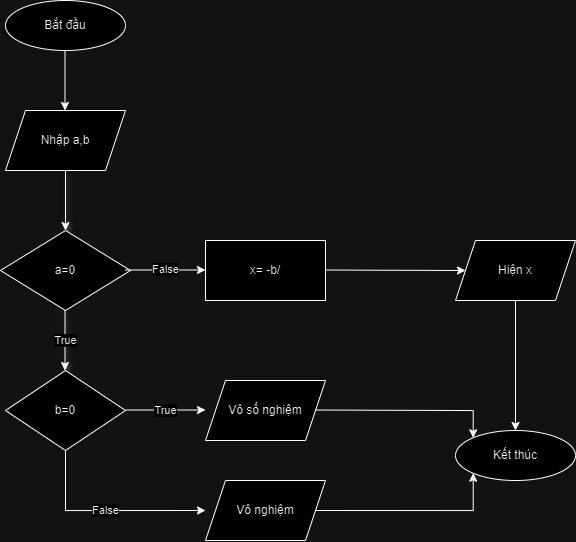
hoanganholop/VuNguyenHoangAnh_HN_C_Session1 keeps this draw.io diagram as Session1_06.drawio.png. Above is the earlier version. Source tidied: cells renumbered, new cells last; positions are measured from the earlier drawing's top-left corner, leaving out a move shared by most shapes. Source of this version:
```xml
<mxGraphModel>
  <root>
    <mxCell id="0" />
    <mxCell id="1" parent="0" />
    <mxCell id="2" value="Bắt đầu" style="ellipse;whiteSpace=wrap;html=1;fontFamily=Helvetica;" parent="1" vertex="1">
      <mxGeometry x="5" width="120" height="50" as="geometry" />
    </mxCell>
    <mxCell id="3" value="Nhập a,b" style="shape=parallelogram;perimeter=parallelogramPerimeter;whiteSpace=wrap;html=1;fixedSize=1;fontFamily=Helvetica;" parent="1" vertex="1">
      <mxGeometry x="5" y="110" width="120" height="60" as="geometry" />
    </mxCell>
    <mxCell id="4" style="endArrow=classic;html=1;rounded=0;" parent="1" edge="1">
      <mxGeometry relative="1" as="geometry">
        <mxPoint x="64.5" y="50" as="sourcePoint" />
        <mxPoint x="64.5" y="110" as="targetPoint" />
      </mxGeometry>
    </mxCell>
    <mxCell id="5" style="endArrow=classic;html=1;rounded=0;shadow=1;" parent="1" edge="1">
      <mxGeometry relative="1" as="geometry">
        <mxPoint x="65" y="170" as="sourcePoint" />
        <mxPoint x="65" y="230" as="targetPoint" />
      </mxGeometry>
    </mxCell>
    <mxCell id="6" value="a=0" style="rhombus;whiteSpace=wrap;html=1;" parent="1" vertex="1">
      <mxGeometry y="230" width="130" height="80" as="geometry" />
    </mxCell>
    <mxCell id="7" value="False" style="endArrow=classic;html=1;rounded=0;" parent="1" edge="1">
      <mxGeometry relative="1" as="geometry">
        <mxPoint x="125" y="269.5" as="sourcePoint" />
        <mxPoint x="205" y="269.5" as="targetPoint" />
      </mxGeometry>
    </mxCell>
    <mxCell id="8" value="True" style="endArrow=classic;html=1;rounded=0;shadow=1;" parent="1" edge="1">
      <mxGeometry relative="1" as="geometry">
        <mxPoint x="64.5" y="310" as="sourcePoint" />
        <mxPoint x="64.5" y="370" as="targetPoint" />
      </mxGeometry>
    </mxCell>
    <mxCell id="9" value="x= -b/" style="rounded=0;whiteSpace=wrap;html=1;" parent="1" vertex="1">
      <mxGeometry x="205" y="240" width="120" height="60" as="geometry" />
    </mxCell>
    <mxCell id="10" style="edgeStyle=orthogonalEdgeStyle;rounded=0;jettySize=auto;html=1;exitX=1;exitY=0.5;exitDx=0;exitDy=0;entryX=0;entryY=1;entryDx=0;entryDy=0;" parent="1" edge="1" source="11" target="20">
      <mxGeometry relative="1" as="geometry">
        <Array as="points">
          <mxPoint x="473" y="510" />
        </Array>
      </mxGeometry>
    </mxCell>
    <mxCell id="11" value="Vô nghiệm" style="shape=parallelogram;perimeter=parallelogramPerimeter;whiteSpace=wrap;html=1;fixedSize=1;" parent="1" vertex="1">
      <mxGeometry x="205" y="480" width="120" height="60" as="geometry" />
    </mxCell>
    <mxCell id="12" value="False" style="edgeStyle=orthogonalEdgeStyle;rounded=0;jettySize=auto;html=1;exitX=0.5;exitY=1;exitDx=0;exitDy=0;" parent="1" edge="1" source="13">
      <mxGeometry relative="1" as="geometry">
        <mxPoint x="205" y="510" as="targetPoint" />
        <Array as="points">
          <mxPoint x="65" y="510" />
        </Array>
      </mxGeometry>
    </mxCell>
    <mxCell id="13" value="b=0" style="rhombus;whiteSpace=wrap;html=1;" parent="1" vertex="1">
      <mxGeometry x="5" y="370" width="120" height="80" as="geometry" />
    </mxCell>
    <mxCell id="14" value="True" style="endArrow=classic;html=1;rounded=0;" parent="1" edge="1">
      <mxGeometry relative="1" as="geometry">
        <mxPoint x="125" y="409.5" as="sourcePoint" />
        <mxPoint x="205" y="409.5" as="targetPoint" />
      </mxGeometry>
    </mxCell>
    <mxCell id="15" value="Vô số nghiệm" style="shape=parallelogram;perimeter=parallelogramPerimeter;whiteSpace=wrap;html=1;fixedSize=1;" parent="1" vertex="1">
      <mxGeometry x="205" y="380" width="120" height="60" as="geometry" />
    </mxCell>
    <mxCell id="16" style="edgeStyle=none;jettySize=auto;html=1;rounded=0;entryX=0;entryY=0.5;entryDx=0;entryDy=0;" parent="1" edge="1" target="18">
      <mxGeometry relative="1" as="geometry">
        <mxPoint x="325" y="269.5" as="sourcePoint" />
      </mxGeometry>
    </mxCell>
    <mxCell id="17" style="edgeStyle=orthogonalEdgeStyle;rounded=0;jettySize=auto;html=1;exitX=0.5;exitY=1;exitDx=0;exitDy=0;entryX=0.5;entryY=0;entryDx=0;entryDy=0;" parent="1" edge="1" source="18" target="20">
      <mxGeometry relative="1" as="geometry" />
    </mxCell>
    <mxCell id="18" value="Hiện x" style="shape=parallelogram;perimeter=parallelogramPerimeter;whiteSpace=wrap;html=1;fixedSize=1;" parent="1" vertex="1">
      <mxGeometry x="455" y="240" width="120" height="60" as="geometry" />
    </mxCell>
    <mxCell id="19" style="edgeStyle=orthogonalEdgeStyle;rounded=0;jettySize=auto;html=1;exitX=1;exitY=0.5;exitDx=0;exitDy=0;entryX=0;entryY=0;entryDx=0;entryDy=0;" parent="1" edge="1" target="20">
      <mxGeometry relative="1" as="geometry">
        <mxPoint x="315" y="409.5" as="sourcePoint" />
      </mxGeometry>
    </mxCell>
    <mxCell id="20" value="Kết thúc" style="ellipse;whiteSpace=wrap;html=1;fontFamily=Helvetica;" parent="1" vertex="1">
      <mxGeometry x="455" y="430" width="120" height="50" as="geometry" />
    </mxCell>
  </root>
</mxGraphModel>
```
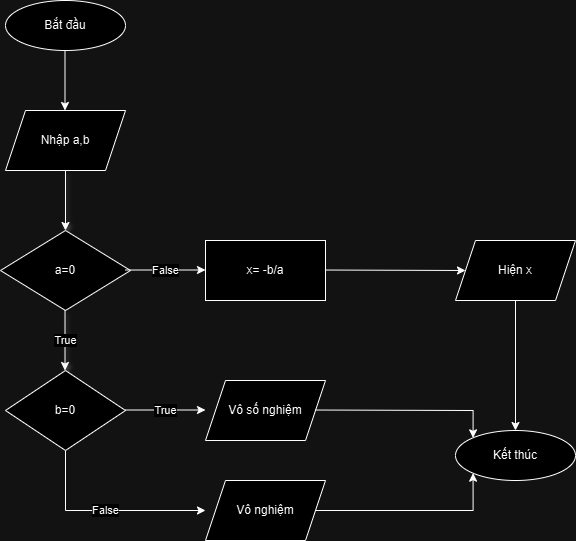
The same file after the commit.

Change to the diagram source:
```diff
@@ -35,7 +35,7 @@
         <mxPoint x="64.5" y="370" as="targetPoint" />
       </mxGeometry>
     </mxCell>
-    <mxCell id="9" value="x= -b/" style="rounded=0;whiteSpace=wrap;html=1;" parent="1" vertex="1">
+    <mxCell id="9" value="x= -b/a" style="rounded=0;whiteSpace=wrap;html=1;" parent="1" vertex="1">
       <mxGeometry x="205" y="240" width="120" height="60" as="geometry" />
     </mxCell>
     <mxCell id="10" style="edgeStyle=orthogonalEdgeStyle;rounded=0;jettySize=auto;html=1;exitX=1;exitY=0.5;exitDx=0;exitDy=0;entryX=0;entryY=1;entryDx=0;entryDy=0;" parent="1" edge="1" source="11" target="20">
```
